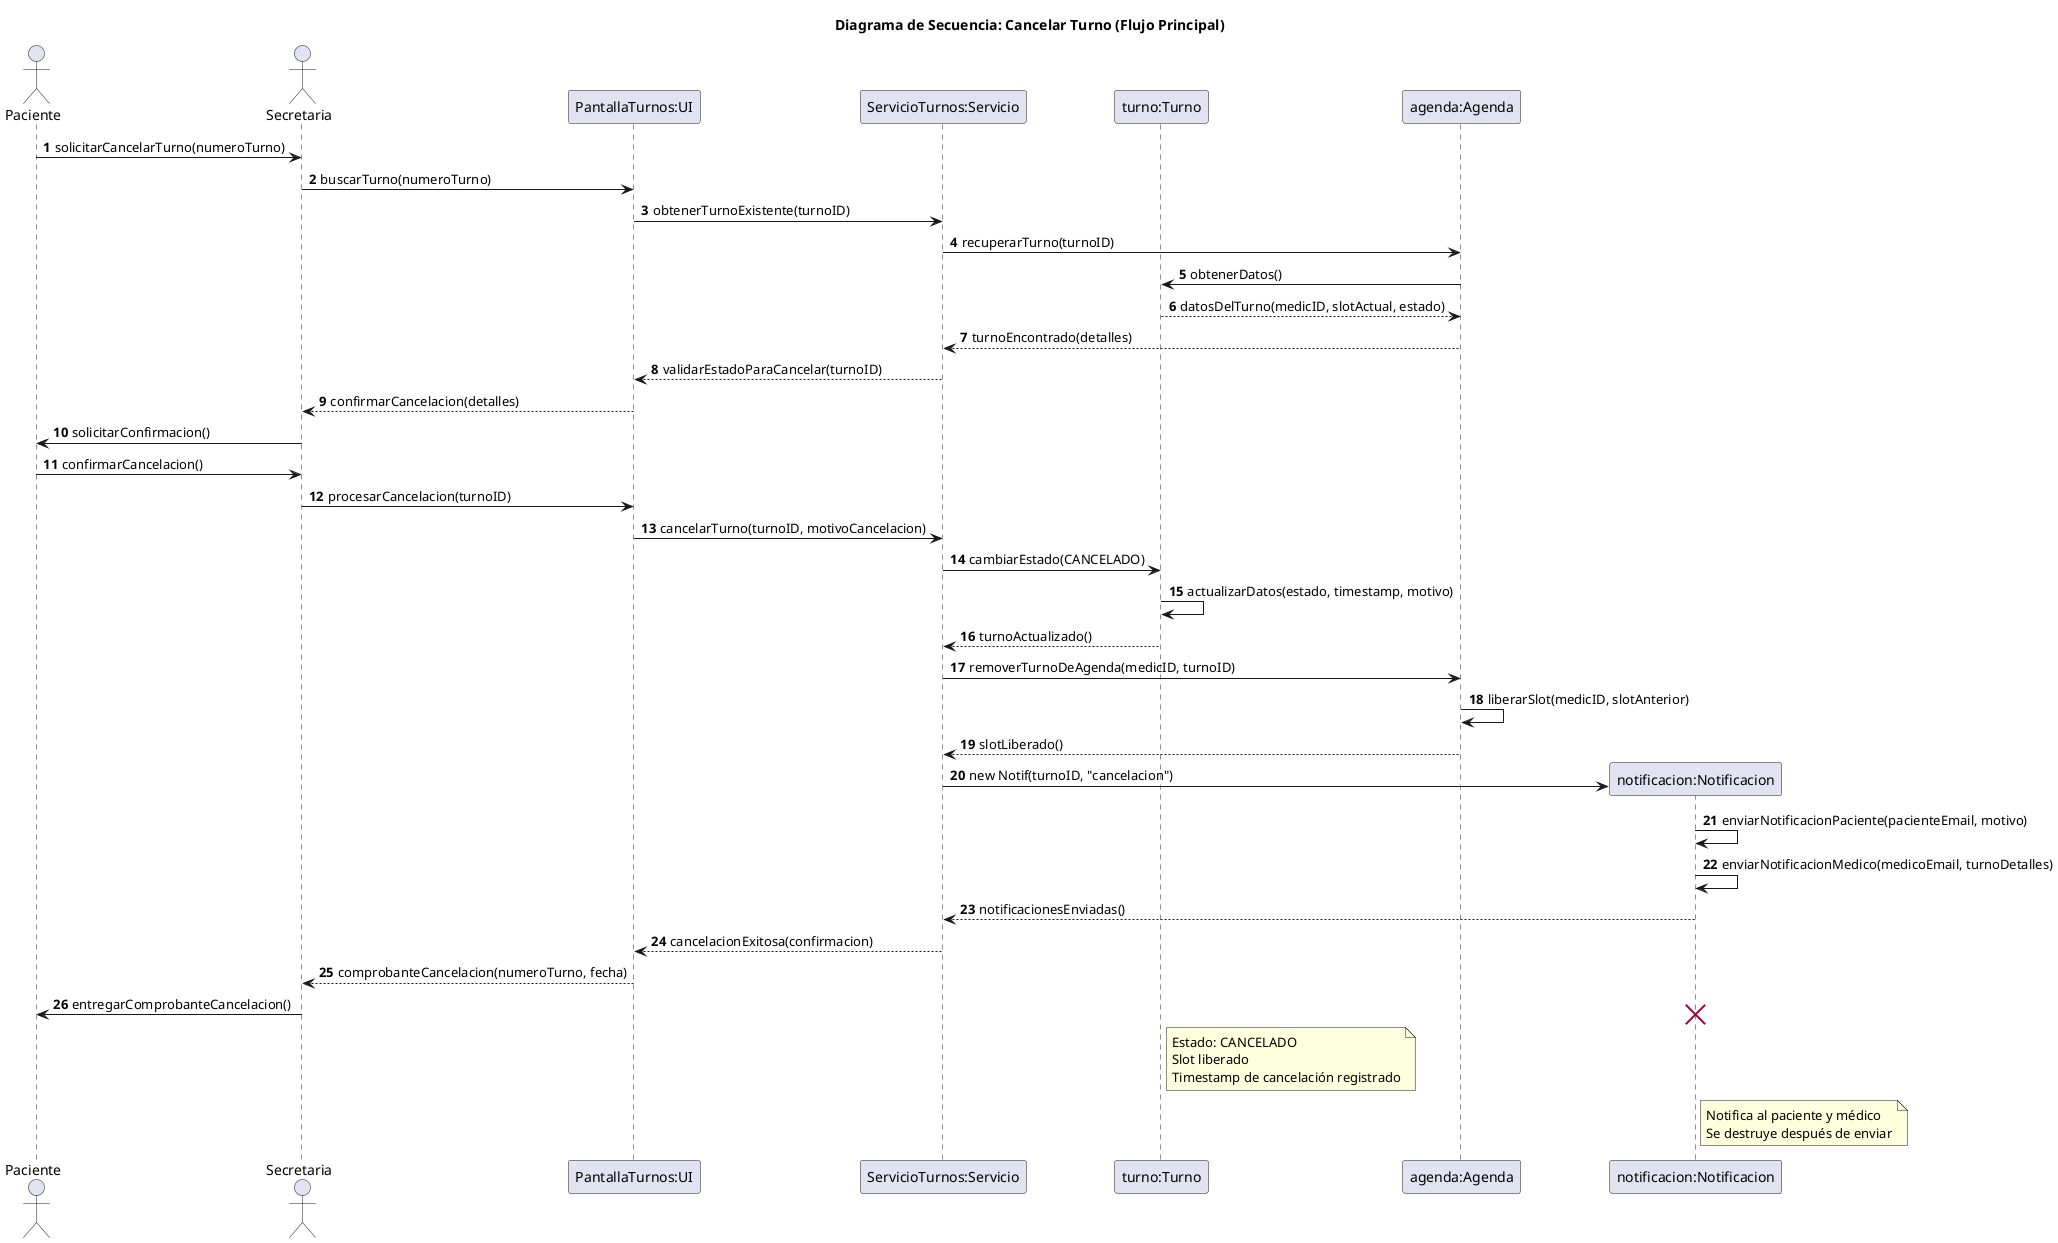
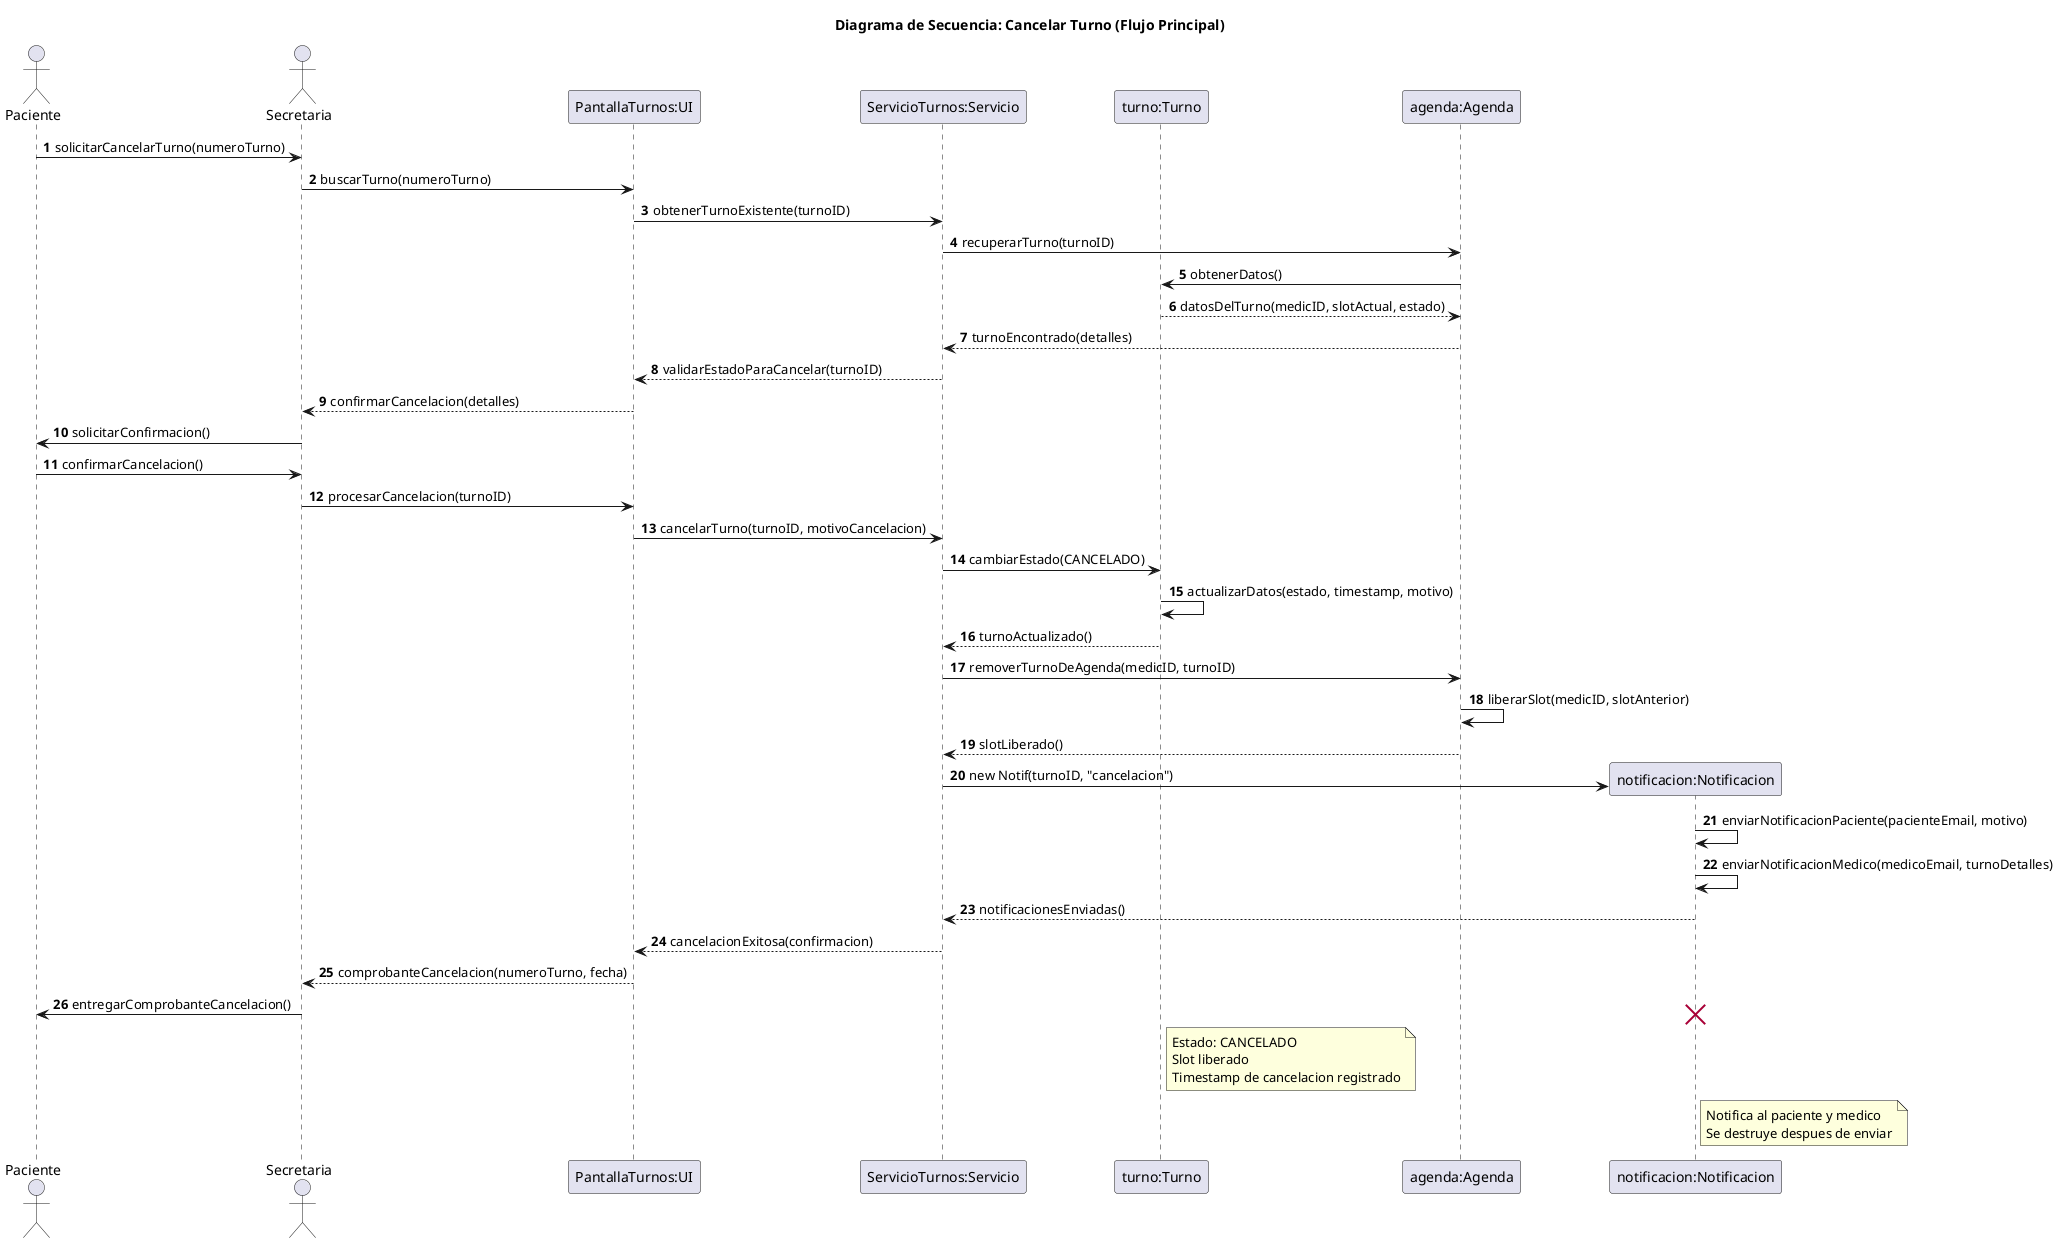
@startuml 05-secuencia-cancelar-turno-flujo-principal-03
title Diagrama de Secuencia: Cancelar Turno (Flujo Principal)

actor Paciente
actor Secretaria
participant "PantallaTurnos:UI" as UI
participant "ServicioTurnos:Servicio" as Servicio
participant "turno:Turno" as Turno
participant "agenda:Agenda" as Agenda
participant "notificacion:Notificacion" as Notif

autonumber

Paciente -> Secretaria: solicitarCancelarTurno(numeroTurno)
Secretaria -> UI: buscarTurno(numeroTurno)
UI -> Servicio: obtenerTurnoExistente(turnoID)
Servicio -> Agenda: recuperarTurno(turnoID)
Agenda -> Turno: obtenerDatos()
Turno --> Agenda: datosDelTurno(medicID, slotActual, estado)
Agenda --> Servicio: turnoEncontrado(detalles)
Servicio --> UI: validarEstadoParaCancelar(turnoID)
UI --> Secretaria: confirmarCancelacion(detalles)
Secretaria -> Paciente: solicitarConfirmacion()
Paciente -> Secretaria: confirmarCancelacion()
Secretaria -> UI: procesarCancelacion(turnoID)
UI -> Servicio: cancelarTurno(turnoID, motivoCancelacion)
Servicio -> Turno: cambiarEstado(CANCELADO)
Turno -> Turno: actualizarDatos(estado, timestamp, motivo)
Turno --> Servicio: turnoActualizado()
Servicio -> Agenda: removerTurnoDeAgenda(medicID, turnoID)
Agenda -> Agenda: liberarSlot(medicID, slotAnterior)
Agenda --> Servicio: slotLiberado()
create Notif
Servicio -> Notif: new Notif(turnoID, "cancelacion")
Notif -> Notif: enviarNotificacionPaciente(pacienteEmail, motivo)
Notif -> Notif: enviarNotificacionMedico(medicoEmail, turnoDetalles)
Notif --> Servicio: notificacionesEnviadas()
Servicio --> UI: cancelacionExitosa(confirmacion)
UI --> Secretaria: comprobanteCancelacion(numeroTurno, fecha)
Secretaria -> Paciente: entregarComprobanteCancelacion()

note right of Turno
  Estado: CANCELADO
  Slot liberado
-   Timestamp de cancelación registrado
+   Timestamp de cancelacion registrado
end note

note right of Notif
-   Notifica al paciente y médico
-   Se destruye después de enviar
+   Notifica al paciente y medico
+   Se destruye despues de enviar
end note

destroy Notif

@enduml
